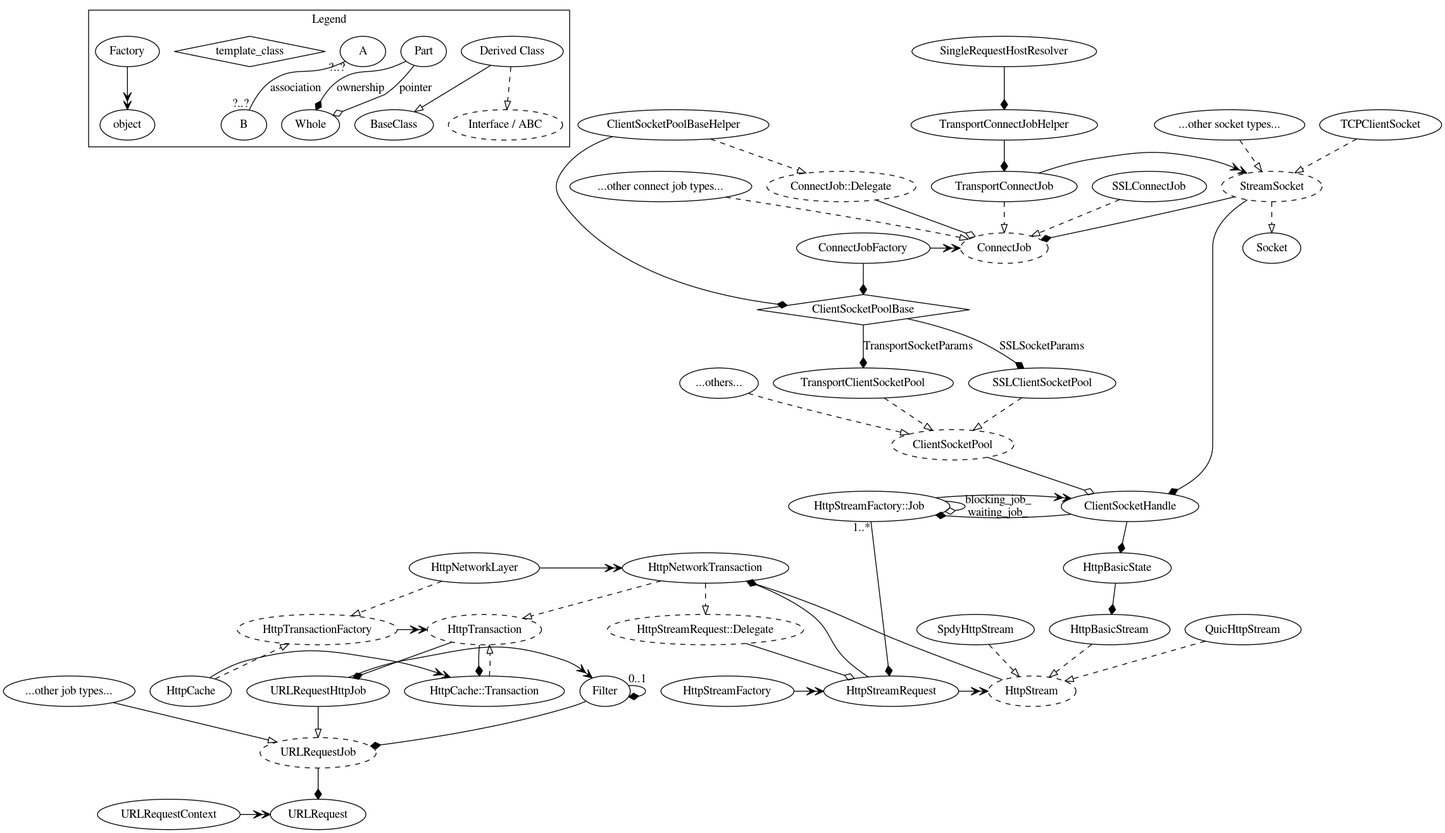
Before: chromium/net/docs/url_request.png, a diagram exported from Graphviz (cedricschwyter/vivaldi). Its source is kept beside it as chromium/net/docs/url_request.dot.
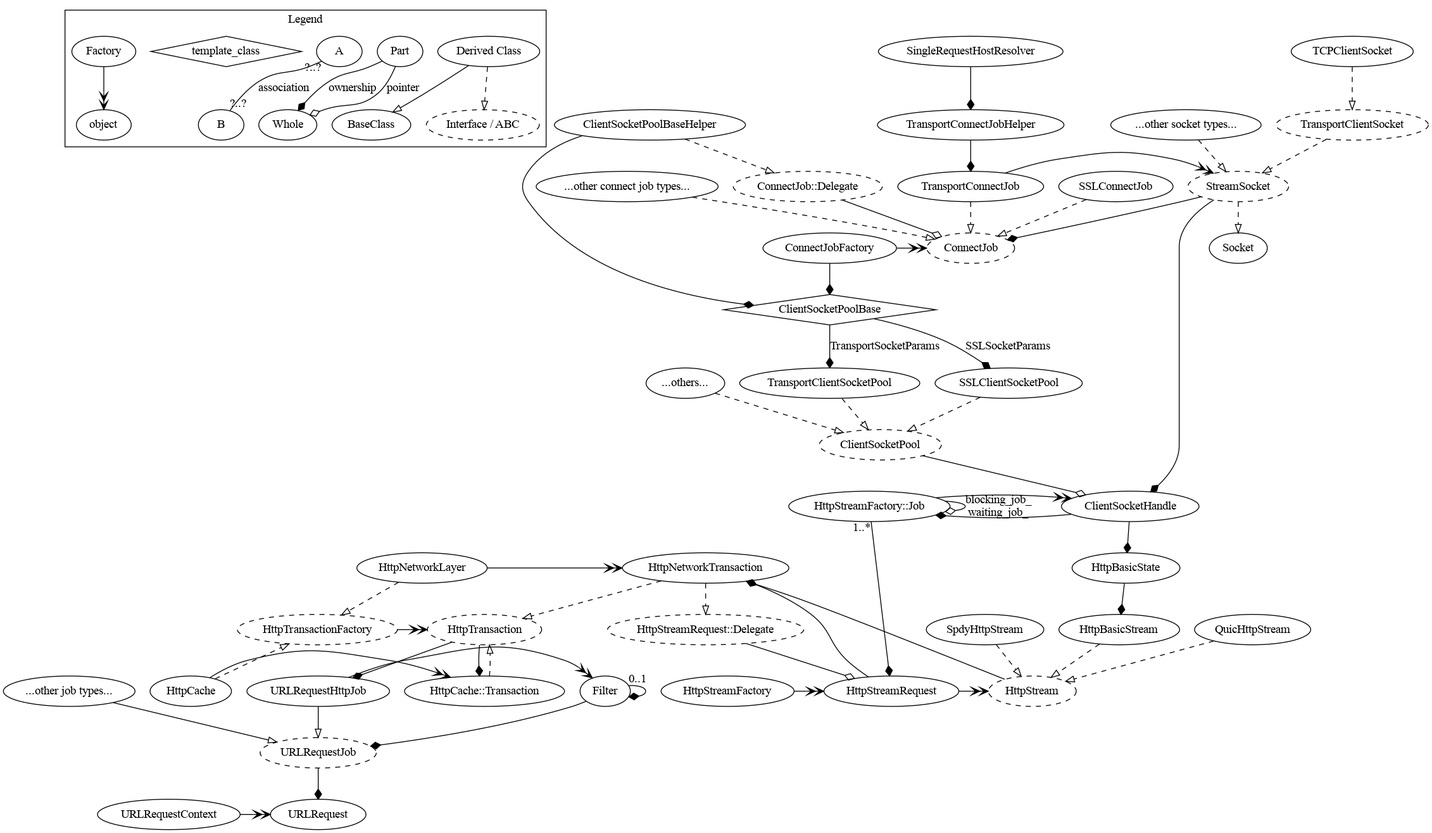
After the commit.

What changed in the source:
```diff
@@ -130,6 +130,7 @@
     ConnectJob_Delegate [label="ConnectJob::Delegate",style=dashed];
 
     StreamSocket [style=dashed];
+    TransportClientSocket [style=dashed];
     TCPClientSocket;
     StreamSocket_Others [label="...other socket types..."];
 
@@ -142,7 +143,11 @@
     ClientSocketPoolBaseHelper -> ConnectJob_Delegate
 	[arrowhead=empty, style=dashed];
     StreamSocket -> Socket [arrowhead=empty, style=dashed];
-    { TCPClientSocket, StreamSocket_Others } -> StreamSocket
+    TCPClientSocket -> TransportClientSocket
+        [arrowhead=empty, style=dashed];
+    TransportClientSocket -> StreamSocket
+        [arrowhead=empty, style=dashed];
+    StreamSocket_Others -> StreamSocket
 	[arrowhead=empty, style=dashed];
     {SSLConnectJob, TransportConnectJob, ConnectJob_Others} -> ConnectJob
 	[style=dashed, arrowhead=empty];
```
